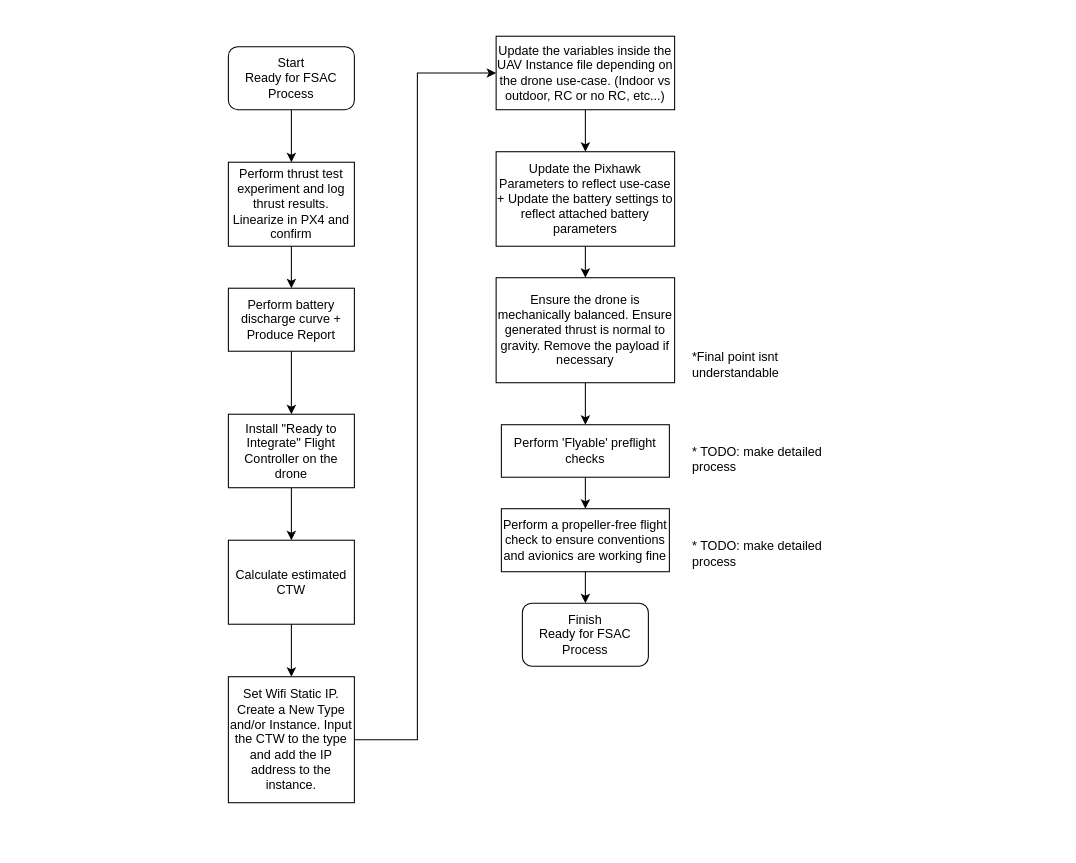
Above: Guide/Hardware and Process/Commissioning/2 Ready for FSAC/Ready for FSAC.drawio in DroneLeaf/HEAR_wiki (draw.io), before the change. Source tidied: cells renumbered, new cells numbered last; positions are measured from the earlier drawing's top-left corner, leaving out a move shared by most shapes. Both pictures are drawn from the tidied source at 105%, with x=0, y=0 at pixel (228, 36).
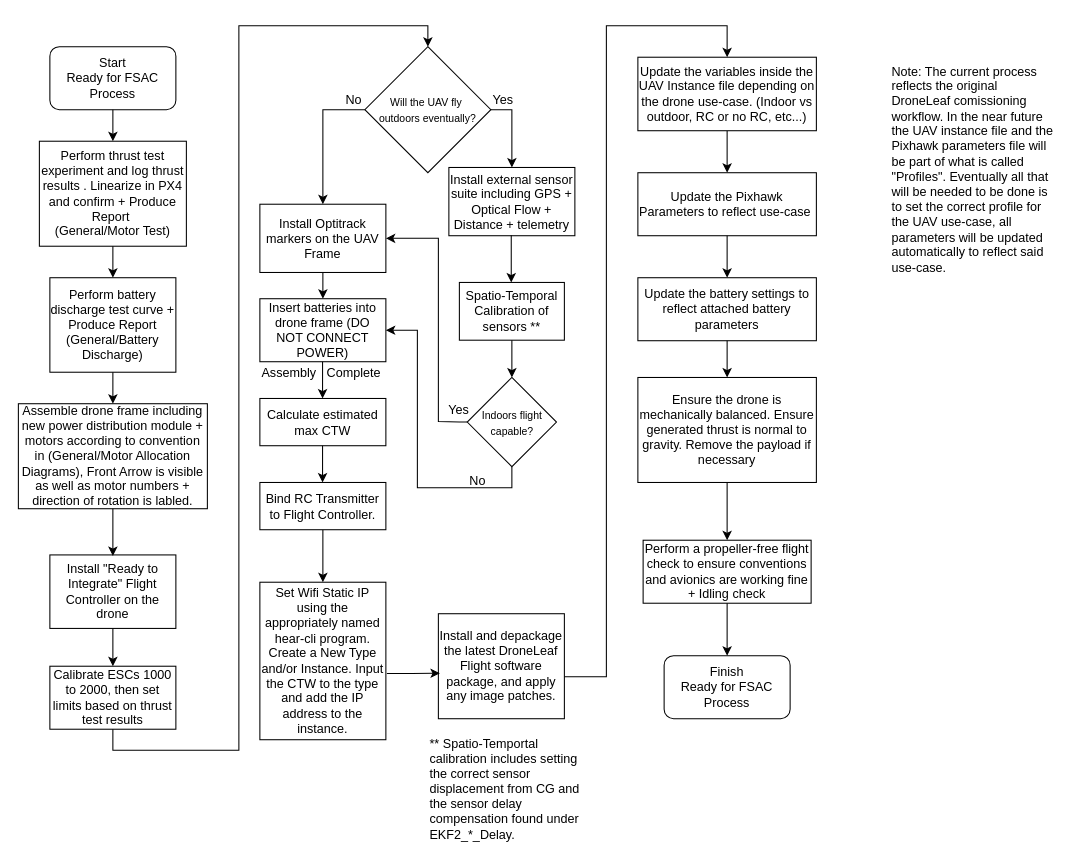
After the change.

Commit message (it also covers changes not shown here):
Ready to Integrate/FSAC update

Diff of the diagram source:
```diff
@@
     <mxCell id="2" value="Start&lt;br&gt;Ready for FSAC Process" style="rounded=1;whiteSpace=wrap;html=1;" parent="1" vertex="1">
-      <mxGeometry y="10" width="120" height="60" as="geometry" />
+      <mxGeometry x="-170" y="10" width="120" height="60" as="geometry" />
     </mxCell>
@@
-    <mxCell id="4" value="Perform thrust test experiment and log thrust results. Linearize in PX4 and confirm" style="rounded=0;whiteSpace=wrap;html=1;" parent="1" vertex="1">
-      <mxGeometry y="120" width="120" height="80" as="geometry" />
+    <mxCell id="4" value="Perform thrust test experiment and log thrust results . Linearize in PX4 and confirm + Produce Report&amp;nbsp;&lt;div&gt;(General/Motor Test)&lt;/div&gt;" style="rounded=0;whiteSpace=wrap;html=1;" parent="1" vertex="1">
+      <mxGeometry x="-180" y="100" width="140" height="100" as="geometry" />
     </mxCell>
-    <mxCell id="5" value="Perform battery discharge curve + Produce Report" style="rounded=0;whiteSpace=wrap;html=1;" parent="1" vertex="1">
-      <mxGeometry y="240" width="120" height="60" as="geometry" />
+    <mxCell id="5" value="Perform battery discharge test curve + Produce Report (General/Battery Discharge)" style="rounded=0;whiteSpace=wrap;html=1;" parent="1" vertex="1">
+      <mxGeometry x="-170" y="230" width="120" height="90" as="geometry" />
     </mxCell>
@@
-    <mxCell id="7" style="edgeStyle=orthogonalEdgeStyle;rounded=0;jettySize=auto;html=1;exitX=0.5;exitY=1;exitDx=0;exitDy=0;entryX=0.5;entryY=0;entryDx=0;entryDy=0;" parent="1" edge="1" source="8" target="11">
-      <mxGeometry relative="1" as="geometry" />
-    </mxCell>
     <mxCell id="8" value="Install &quot;Ready to Integrate&quot; Flight Controller on the drone" style="rounded=0;whiteSpace=wrap;html=1;" parent="1" vertex="1">
-      <mxGeometry y="360" width="120" height="70" as="geometry" />
+      <mxGeometry x="-170" y="494" width="120" height="70" as="geometry" />
     </mxCell>
-    <mxCell id="9" style="endArrow=classic;html=1;rounded=0;exitX=0.5;exitY=1;exitDx=0;exitDy=0;" parent="1" edge="1" source="5" target="8">
-      <mxGeometry relative="1" as="geometry" />
+    <mxCell id="9" style="endArrow=classic;html=1;rounded=0;exitX=0.5;exitY=1;exitDx=0;exitDy=0;" parent="1" edge="1" source="5">
+      <mxGeometry relative="1" as="geometry">
+        <mxPoint x="-110" y="350" as="targetPoint" />
+      </mxGeometry>
     </mxCell>
-    <mxCell id="10" style="edgeStyle=orthogonalEdgeStyle;rounded=0;jettySize=auto;html=1;" parent="1" edge="1" source="11" target="13">
+    <mxCell id="10" style="edgeStyle=orthogonalEdgeStyle;rounded=0;jettySize=auto;html=1;exitX=0.5;exitY=1;exitDx=0;exitDy=0;" parent="1" edge="1" source="11" target="13">
       <mxGeometry relative="1" as="geometry" />
     </mxCell>
-    <mxCell id="11" value="Calculate estimated CTW" style="rounded=0;whiteSpace=wrap;html=1;" parent="1" vertex="1">
-      <mxGeometry y="480" width="120" height="80" as="geometry" />
+    <mxCell id="11" value="Bind RC Transmitter to Flight Controller." style="rounded=0;whiteSpace=wrap;html=1;" parent="1" vertex="1">
+      <mxGeometry x="30" y="425" width="120" height="45" as="geometry" />
     </mxCell>
-    <mxCell id="12" style="edgeStyle=orthogonalEdgeStyle;rounded=0;jettySize=auto;html=1;entryX=0;entryY=0.5;entryDx=0;entryDy=0;" parent="1" edge="1" source="13" target="15">
-      <mxGeometry relative="1" as="geometry">
-        <Array as="points">
-          <mxPoint x="180" y="670" />
-          <mxPoint x="180" y="35" />
-        </Array>
-      </mxGeometry>
-    </mxCell>
-    <mxCell id="13" value="Set Wifi Static IP. Create a New Type and/or Instance. Input the CTW to the type and add the IP address to the instance." style="rounded=0;whiteSpace=wrap;html=1;" parent="1" vertex="1">
-      <mxGeometry y="610" width="120" height="120" as="geometry" />
+    <mxCell id="13" value="Set Wifi Static IP using the appropriately named hear-cli program. Create a New Type and/or Instance. Input the CTW to the type and add the IP address to the instance." style="rounded=0;whiteSpace=wrap;html=1;" parent="1" vertex="1">
+      <mxGeometry x="30" y="520" width="120" height="150" as="geometry" />
     </mxCell>
@@
     <mxCell id="15" value="Update the variables inside the UAV Instance file depending on the drone use-case. (Indoor vs outdoor, RC or no RC, etc...)" style="rounded=0;whiteSpace=wrap;html=1;" parent="1" vertex="1">
-      <mxGeometry x="255" width="170" height="70" as="geometry" />
+      <mxGeometry x="390" y="20" width="170" height="70" as="geometry" />
     </mxCell>
-    <mxCell id="16" value="* TODO: make detailed process" style="text;html=1;align=left;verticalAlign=bottom;whiteSpace=wrap;rounded=0;" parent="1" vertex="1">
-      <mxGeometry x="440" y="390" width="130" height="30" as="geometry" />
-    </mxCell>
-    <mxCell id="17" style="edgeStyle=orthogonalEdgeStyle;rounded=0;jettySize=auto;html=1;exitX=0.5;exitY=1;exitDx=0;exitDy=0;entryX=0.5;entryY=0;entryDx=0;entryDy=0;" parent="1" edge="1" source="18" target="21">
+    <mxCell id="17" style="edgeStyle=orthogonalEdgeStyle;rounded=0;jettySize=auto;html=1;exitX=0.5;exitY=1;exitDx=0;exitDy=0;entryX=0.5;entryY=0;entryDx=0;entryDy=0;" parent="1" edge="1" source="18" target="23">
       <mxGeometry relative="1" as="geometry" />
     </mxCell>
     <mxCell id="18" value="Ensure the drone is mechanically balanced. Ensure generated thrust is normal to gravity. Remove the payload if necessary" style="rounded=0;whiteSpace=wrap;html=1;" parent="1" vertex="1">
-      <mxGeometry x="255" y="230" width="170" height="100" as="geometry" />
+      <mxGeometry x="390" y="325" width="170" height="100" as="geometry" />
     </mxCell>
     <mxCell id="19" value="Finish&lt;br&gt;Ready for FSAC Process" style="rounded=1;whiteSpace=wrap;html=1;" parent="1" vertex="1">
-      <mxGeometry x="280" y="540" width="120" height="60" as="geometry" />
+      <mxGeometry x="415" y="590" width="120" height="60" as="geometry" />
     </mxCell>
-    <mxCell id="20" style="edgeStyle=orthogonalEdgeStyle;rounded=0;jettySize=auto;html=1;exitX=0.5;exitY=1;exitDx=0;exitDy=0;" parent="1" edge="1" source="21" target="23">
-      <mxGeometry relative="1" as="geometry" />
-    </mxCell>
-    <mxCell id="21" value="Perform 'Flyable' preflight checks" style="rounded=0;whiteSpace=wrap;html=1;" parent="1" vertex="1">
-      <mxGeometry x="260" y="370" width="160" height="50" as="geometry" />
-    </mxCell>
-    <mxCell id="22" value="* TODO: make detailed process" style="text;html=1;align=left;verticalAlign=bottom;whiteSpace=wrap;rounded=0;" parent="1" vertex="1">
-      <mxGeometry x="440" y="480" width="130" height="30" as="geometry" />
-    </mxCell>
-    <mxCell id="23" value="Perform a propeller-free flight check to ensure conventions and avionics are working fine" style="rounded=0;whiteSpace=wrap;html=1;" parent="1" vertex="1">
-      <mxGeometry x="260" y="450" width="160" height="60" as="geometry" />
+    <mxCell id="23" value="Perform a propeller-free flight check to ensure conventions and avionics are working fine + Idling check" style="rounded=0;whiteSpace=wrap;html=1;" parent="1" vertex="1">
+      <mxGeometry x="395" y="480" width="160" height="60" as="geometry" />
     </mxCell>
-    <mxCell id="24" style="edgeStyle=orthogonalEdgeStyle;rounded=0;jettySize=auto;html=1;exitX=0.5;exitY=1;exitDx=0;exitDy=0;entryX=0.5;entryY=0;entryDx=0;entryDy=0;" parent="1" edge="1" source="23" target="19">
-      <mxGeometry relative="1" as="geometry" />
-    </mxCell>
-    <mxCell id="25" value="Update the Pixhawk Parameters to reflect use-case + Update the battery settings to reflect attached battery parameters" style="rounded=0;whiteSpace=wrap;html=1;" parent="1" vertex="1">
-      <mxGeometry x="255" y="110" width="170" height="90" as="geometry" />
+    <mxCell id="25" value="Update the Pixhawk Parameters to reflect use-case&amp;nbsp;" style="rounded=0;whiteSpace=wrap;html=1;" parent="1" vertex="1">
+      <mxGeometry x="390" y="130" width="170" height="60" as="geometry" />
     </mxCell>
-    <mxCell id="26" style="edgeStyle=orthogonalEdgeStyle;rounded=0;jettySize=auto;html=1;entryX=0.5;entryY=0;entryDx=0;entryDy=0;exitX=0.5;exitY=1;exitDx=0;exitDy=0;" parent="1" edge="1" source="25" target="18">
+    <mxCell id="26" style="edgeStyle=orthogonalEdgeStyle;rounded=0;jettySize=auto;html=1;exitX=0.5;exitY=1;exitDx=0;exitDy=0;entryX=0.5;entryY=0;entryDx=0;entryDy=0;" parent="1" edge="1" source="25" target="44">
       <mxGeometry relative="1" as="geometry" />
     </mxCell>
-    <mxCell id="27" value="*Final point isnt understandable" style="text;html=1;align=left;verticalAlign=bottom;whiteSpace=wrap;rounded=0;" parent="1" vertex="1">
-      <mxGeometry x="440" y="300" width="130" height="30" as="geometry" />
-    </mxCell>
+    <mxCell id="28" value="Assemble drone frame including new power distribution module + motors according to convention in (General/Motor Allocation Diagrams), Front Arrow is visible as well as motor numbers + direction of rotation is labled." style="rounded=0;whiteSpace=wrap;html=1;" parent="1" vertex="1">
+      <mxGeometry x="-200" y="350" width="180" height="100" as="geometry" />
+    </mxCell>
+    <mxCell id="29" style="endArrow=classic;html=1;rounded=0;exitX=0.5;exitY=1;exitDx=0;exitDy=0;" parent="1" edge="1" source="28">
+      <mxGeometry relative="1" as="geometry">
+        <mxPoint x="-110" y="495" as="targetPoint" />
+      </mxGeometry>
+    </mxCell>
+    <mxCell id="30" value="Install external sensor suite including GPS + Optical Flow + Distance + telemetry" style="rounded=0;whiteSpace=wrap;html=1;" parent="1" vertex="1">
+      <mxGeometry x="210" y="125" width="120" height="65" as="geometry" />
+    </mxCell>
+    <mxCell id="31" style="edgeStyle=orthogonalEdgeStyle;rounded=0;jettySize=auto;html=1;exitX=0.5;exitY=1;exitDx=0;exitDy=0;entryX=0.5;entryY=0;entryDx=0;entryDy=0;" parent="1" edge="1" source="37" target="33">
+      <mxGeometry relative="1" as="geometry" />
+    </mxCell>
+    <mxCell id="32" value="Calculate estimated max CTW" style="rounded=0;whiteSpace=wrap;html=1;" parent="1" vertex="1">
+      <mxGeometry x="30" y="345" width="120" height="45" as="geometry" />
+    </mxCell>
+    <mxCell id="33" value="Insert batteries into drone frame (DO NOT CONNECT POWER)" style="rounded=0;whiteSpace=wrap;html=1;" parent="1" vertex="1">
+      <mxGeometry x="30" y="250" width="120" height="60" as="geometry" />
+    </mxCell>
+    <mxCell id="34" style="edgeStyle=orthogonalEdgeStyle;rounded=0;orthogonalLoop=1;jettySize=auto;html=1;exitX=0.5;exitY=1;exitDx=0;exitDy=0;" parent="1" edge="1">
+      <mxGeometry relative="1" as="geometry">
+        <mxPoint x="89.7" y="310" as="sourcePoint" />
+        <mxPoint x="89.7" y="345" as="targetPoint" />
+        <Array as="points">
+          <mxPoint x="89.7" y="335" />
+        </Array>
+      </mxGeometry>
+    </mxCell>
+    <mxCell id="35" style="edgeStyle=orthogonalEdgeStyle;rounded=0;orthogonalLoop=1;jettySize=auto;html=1;exitX=0.5;exitY=1;exitDx=0;exitDy=0;" parent="1" edge="1">
+      <mxGeometry relative="1" as="geometry">
+        <mxPoint x="89.7" y="390" as="sourcePoint" />
+        <mxPoint x="89.7" y="425" as="targetPoint" />
+        <Array as="points">
+          <mxPoint x="89.7" y="415" />
+        </Array>
+      </mxGeometry>
+    </mxCell>
+    <mxCell id="36" value="Assembly&amp;nbsp; &amp;nbsp;Complete" style="text;html=1;align=left;verticalAlign=bottom;whiteSpace=wrap;rounded=0;" parent="1" vertex="1">
+      <mxGeometry x="30" y="300" width="140" height="30" as="geometry" />
+    </mxCell>
+    <mxCell id="37" value="Install Optitrack markers on the UAV Frame" style="rounded=0;whiteSpace=wrap;html=1;" parent="1" vertex="1">
+      <mxGeometry x="30" y="160" width="120" height="65" as="geometry" />
+    </mxCell>
+    <mxCell id="38" style="edgeStyle=orthogonalEdgeStyle;rounded=0;jettySize=auto;html=1;exitX=0;exitY=0.5;exitDx=0;exitDy=0;entryX=0.5;entryY=0;entryDx=0;entryDy=0;" parent="1" edge="1" source="40" target="37">
+      <mxGeometry relative="1" as="geometry">
+        <Array as="points">
+          <mxPoint x="90" y="70" />
+        </Array>
+      </mxGeometry>
+    </mxCell>
+    <mxCell id="39" value="Note: The current process reflects the original DroneLeaf comissioning workflow. In the near future the UAV instance file and the Pixhawk parameters file will be part of what is called &quot;Profiles&quot;. Eventually all that will be needed to be done is to set the correct profile for the UAV use-case, all parameters will be updated automatically to reflect said use-case.&amp;nbsp;" style="text;html=1;align=left;verticalAlign=bottom;whiteSpace=wrap;rounded=0;" parent="1" vertex="1">
+      <mxGeometry x="630" y="20" width="160" height="210" as="geometry" />
+    </mxCell>
+    <mxCell id="40" value="&lt;font style=&quot;font-size: 10px;&quot;&gt;Will the UAV fly&amp;nbsp;&lt;/font&gt;&lt;div&gt;&lt;font style=&quot;font-size: 10px;&quot;&gt;outdoors eventually?&lt;/font&gt;&lt;/div&gt;" style="rhombus;whiteSpace=wrap;html=1;" parent="1" vertex="1">
+      <mxGeometry x="130" y="10" width="120" height="120" as="geometry" />
+    </mxCell>
+    <mxCell id="41" style="edgeStyle=orthogonalEdgeStyle;rounded=0;jettySize=auto;html=1;exitX=1;exitY=0.5;exitDx=0;exitDy=0;entryX=0.5;entryY=0;entryDx=0;entryDy=0;" parent="1" edge="1" source="40" target="30">
+      <mxGeometry relative="1" as="geometry">
+        <Array as="points">
+          <mxPoint x="270" y="70" />
+        </Array>
+      </mxGeometry>
+    </mxCell>
+    <mxCell id="42" value="Yes" style="text;html=1;align=left;verticalAlign=bottom;whiteSpace=wrap;rounded=0;" parent="1" vertex="1">
+      <mxGeometry x="250" y="40" width="20" height="30" as="geometry" />
+    </mxCell>
+    <mxCell id="43" value="No" style="text;html=1;align=left;verticalAlign=bottom;whiteSpace=wrap;rounded=0;" parent="1" vertex="1">
+      <mxGeometry x="110" y="40" width="20" height="30" as="geometry" />
+    </mxCell>
+    <mxCell id="44" value="Update the battery settings to reflect attached battery parameters" style="rounded=0;whiteSpace=wrap;html=1;" parent="1" vertex="1">
+      <mxGeometry x="390" y="230" width="170" height="60" as="geometry" />
+    </mxCell>
+    <mxCell id="45" style="edgeStyle=orthogonalEdgeStyle;rounded=0;jettySize=auto;html=1;exitX=0.5;exitY=1;exitDx=0;exitDy=0;entryX=0.5;entryY=0;entryDx=0;entryDy=0;" parent="1" edge="1" source="44" target="18">
+      <mxGeometry relative="1" as="geometry" />
+    </mxCell>
+    <mxCell id="46" style="edgeStyle=orthogonalEdgeStyle;rounded=0;jettySize=auto;html=1;entryX=0.5;entryY=0;entryDx=0;entryDy=0;exitX=0.994;exitY=0.6;exitDx=0;exitDy=0;exitPerimeter=0;" parent="1" edge="1" source="59" target="15">
+      <mxGeometry relative="1" as="geometry">
+        <Array as="points">
+          <mxPoint x="360" y="610" />
+          <mxPoint x="360" y="-10" />
+          <mxPoint x="475" y="-10" />
+        </Array>
+      </mxGeometry>
+    </mxCell>
+    <mxCell id="47" value="&lt;span style=&quot;font-size: 10px;&quot;&gt;Indoors flight&lt;/span&gt;&lt;div&gt;&lt;span style=&quot;font-size: 10px;&quot;&gt;capable?&lt;/span&gt;&lt;/div&gt;" style="rhombus;whiteSpace=wrap;html=1;" parent="1" vertex="1">
+      <mxGeometry x="227.5" y="325" width="85" height="85" as="geometry" />
+    </mxCell>
+    <mxCell id="48" value="Yes" style="text;html=1;align=left;verticalAlign=bottom;whiteSpace=wrap;rounded=0;" parent="1" vertex="1">
+      <mxGeometry x="207.5" y="335" width="20" height="30" as="geometry" />
+    </mxCell>
+    <mxCell id="49" value="No" style="text;html=1;align=left;verticalAlign=bottom;whiteSpace=wrap;rounded=0;" parent="1" vertex="1">
+      <mxGeometry x="227.5" y="403" width="20" height="30" as="geometry" />
+    </mxCell>
+    <mxCell id="50" value="Spatio-Temporal Calibration of sensors **" style="rounded=0;whiteSpace=wrap;html=1;" parent="1" vertex="1">
+      <mxGeometry x="220" y="234.5" width="100" height="55" as="geometry" />
+    </mxCell>
+    <mxCell id="51" style="edgeStyle=orthogonalEdgeStyle;rounded=0;orthogonalLoop=1;jettySize=auto;html=1;exitX=0.5;exitY=1;exitDx=0;exitDy=0;" parent="1" edge="1">
+      <mxGeometry relative="1" as="geometry">
+        <mxPoint x="269.4" y="189.5" as="sourcePoint" />
+        <mxPoint x="269.4" y="234.5" as="targetPoint" />
+      </mxGeometry>
+    </mxCell>
+    <mxCell id="52" style="edgeStyle=orthogonalEdgeStyle;rounded=0;jettySize=auto;html=1;exitX=0.5;exitY=1;exitDx=0;exitDy=0;entryX=0.5;entryY=0;entryDx=0;entryDy=0;" parent="1" edge="1" source="50" target="47">
+      <mxGeometry relative="1" as="geometry" />
+    </mxCell>
+    <mxCell id="53" style="edgeStyle=orthogonalEdgeStyle;rounded=0;jettySize=auto;html=1;exitX=0.5;exitY=1;exitDx=0;exitDy=0;entryX=1;entryY=0.5;entryDx=0;entryDy=0;" parent="1" edge="1" source="47" target="33">
+      <mxGeometry relative="1" as="geometry">
+        <Array as="points">
+          <mxPoint x="270" y="430" />
+          <mxPoint x="180" y="430" />
+          <mxPoint x="180" y="280" />
+        </Array>
+      </mxGeometry>
+    </mxCell>
+    <mxCell id="54" style="edgeStyle=orthogonalEdgeStyle;rounded=0;jettySize=auto;html=1;exitX=0;exitY=0.5;exitDx=0;exitDy=0;entryX=1;entryY=0.5;entryDx=0;entryDy=0;" parent="1" edge="1" source="47" target="37">
+      <mxGeometry relative="1" as="geometry">
+        <Array as="points">
+          <mxPoint x="220" y="367" />
+          <mxPoint x="200" y="367" />
+          <mxPoint x="200" y="193" />
+        </Array>
+      </mxGeometry>
+    </mxCell>
+    <mxCell id="55" value="** Spatio-Temportal calibration includes setting the correct sensor displacement from CG and the sensor delay compensation found under EKF2_*_Delay.&amp;nbsp; &amp;nbsp;" style="text;html=1;align=left;verticalAlign=bottom;whiteSpace=wrap;rounded=0;" parent="1" vertex="1">
+      <mxGeometry x="190" y="690" width="150" height="80" as="geometry" />
+    </mxCell>
+    <mxCell id="56" value="Calibrate ESCs 1000 to 2000, then set limits based on thrust test results" style="rounded=0;whiteSpace=wrap;html=1;" parent="1" vertex="1">
+      <mxGeometry x="-170" y="600" width="120" height="60" as="geometry" />
+    </mxCell>
+    <mxCell id="57" style="endArrow=classic;html=1;rounded=0;exitX=0.5;exitY=1;exitDx=0;exitDy=0;entryX=0.5;entryY=0;entryDx=0;entryDy=0;" parent="1" edge="1" source="8" target="56">
+      <mxGeometry relative="1" as="geometry" />
+    </mxCell>
+    <mxCell id="58" style="edgeStyle=orthogonalEdgeStyle;rounded=0;jettySize=auto;html=1;exitX=0.5;exitY=1;exitDx=0;exitDy=0;entryX=0.5;entryY=0;entryDx=0;entryDy=0;" parent="1" edge="1" source="56" target="40">
+      <mxGeometry relative="1" as="geometry">
+        <Array as="points">
+          <mxPoint x="-110" y="680" />
+          <mxPoint x="10" y="680" />
+          <mxPoint x="10" y="-10" />
+          <mxPoint x="190" y="-10" />
+        </Array>
+      </mxGeometry>
+    </mxCell>
+    <mxCell id="59" value="Install and depackage the latest DroneLeaf Flight software package, and apply any image patches." style="rounded=0;whiteSpace=wrap;html=1;" parent="1" vertex="1">
+      <mxGeometry x="200" y="550" width="120" height="100" as="geometry" />
+    </mxCell>
+    <mxCell id="60" style="edgeStyle=orthogonalEdgeStyle;rounded=0;jettySize=auto;html=1;exitX=1.008;exitY=0.579;exitDx=0;exitDy=0;exitPerimeter=0;entryX=0.012;entryY=0.566;entryDx=0;entryDy=0;entryPerimeter=0;" parent="1" edge="1" source="13" target="59">
+      <mxGeometry relative="1" as="geometry" />
+    </mxCell>
+    <mxCell id="61" style="edgeStyle=orthogonalEdgeStyle;rounded=0;jettySize=auto;html=1;exitX=0.5;exitY=1;exitDx=0;exitDy=0;entryX=0.5;entryY=0;entryDx=0;entryDy=0;" parent="1" edge="1" source="23">
+      <mxGeometry relative="1" as="geometry">
+        <mxPoint x="475" y="590" as="targetPoint" />
+      </mxGeometry>
+    </mxCell>
```
